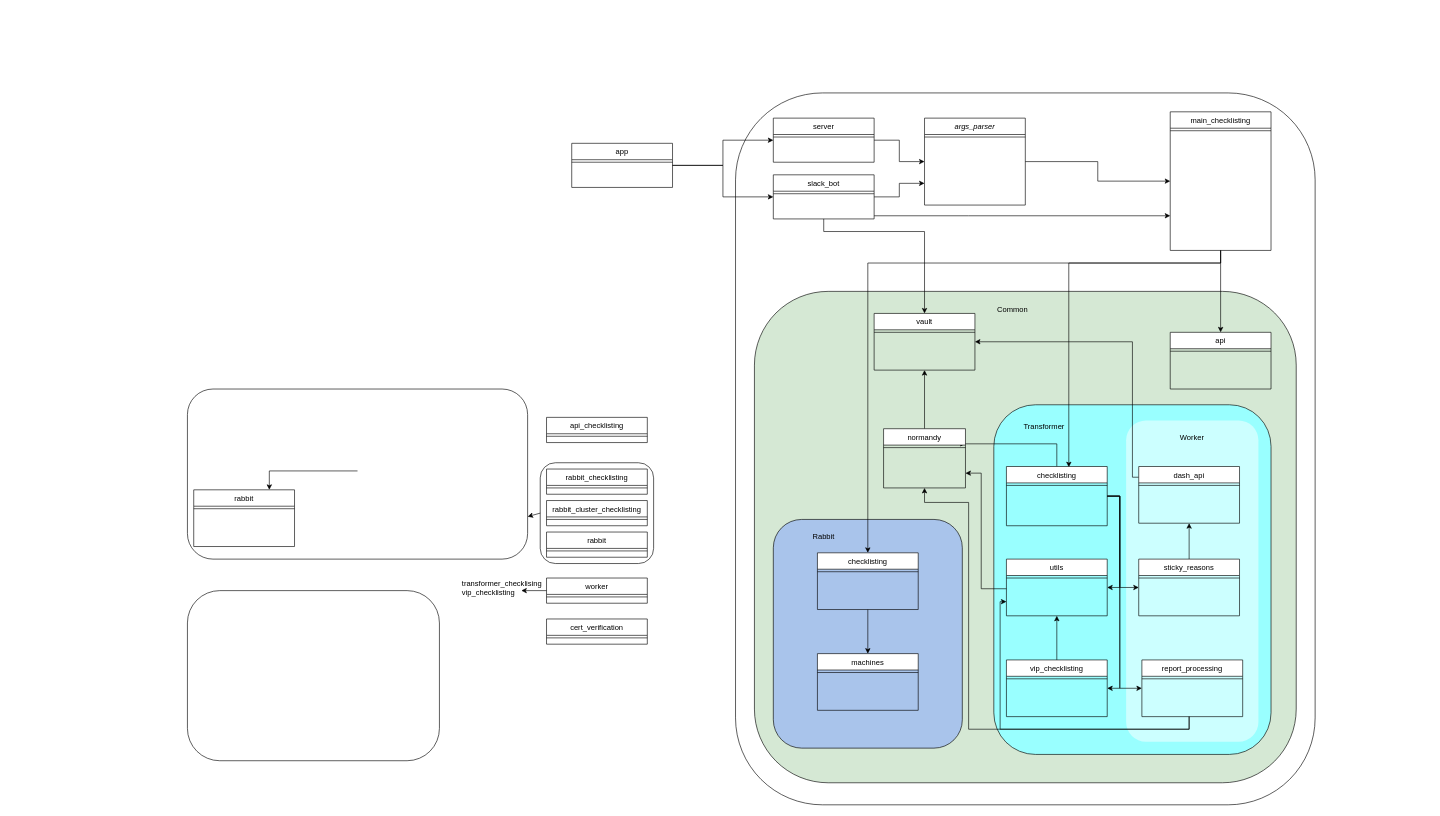
Above: page "Page-2" (2 of 2) of checklisting.drawio in KonSprin/Courses (draw.io), before the change. Source tidied: cells renumbered, new cells numbered last; positions are measured from the earlier drawing's top-left corner, leaving out a move shared by most shapes. Both pictures are drawn from the tidied source at 63%, with x=0, y=0 at pixel (187, 93).
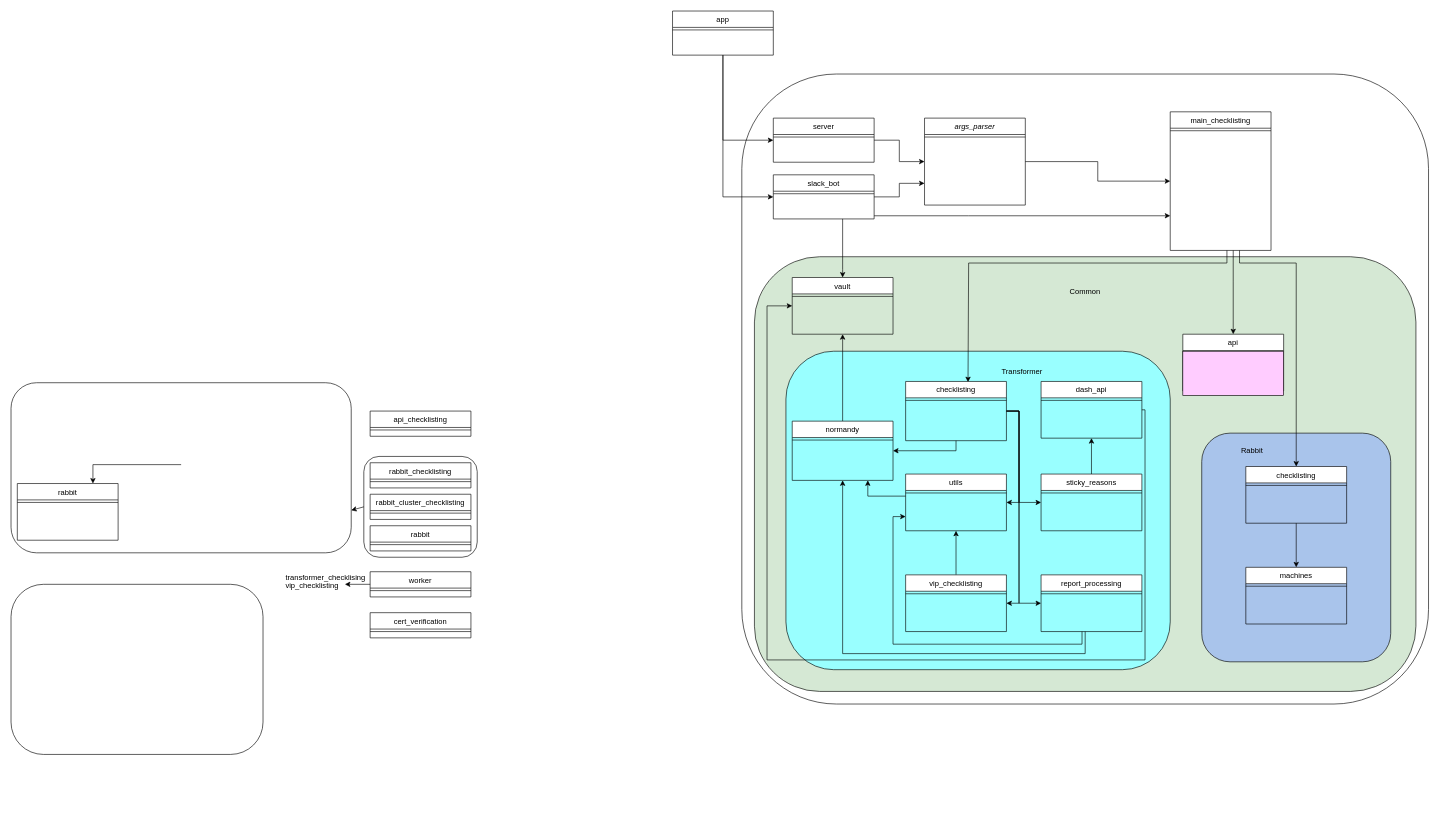
After the change.

The change refers to these unchanged cells:
```xml
<mxCell id="15" value="slack_bot" style="swimlane;fontStyle=0;align=center;verticalAlign=top;horizontal=1;startSize=26;rounded=0;shadow=0;strokeWidth=1;" parent="1" vertex="1">
  <mxGeometry x="930" y="130" width="160" height="70" as="geometry" />
</mxCell>
<mxCell id="20" value="main_checklisting" style="swimlane;fontStyle=0;align=center;verticalAlign=top;horizontal=1;startSize=26;rounded=0;shadow=0;strokeWidth=1;" parent="1" vertex="1">
  <mxGeometry x="1560" y="30" width="160" height="220" as="geometry" />
</mxCell>
```

Diff of the diagram source:
```diff
@@
     <mxCell id="2" style="rounded=1;whiteSpace=wrap;html=1;" parent="1" vertex="1">
-      <mxGeometry x="870" width="920" height="1130" as="geometry" />
+      <mxGeometry x="880" y="-30" width="1090" height="1000" as="geometry" />
     </mxCell>
     <mxCell id="3" style="rounded=1;whiteSpace=wrap;html=1;fillColor=#D5E8D4;" parent="1" vertex="1">
-      <mxGeometry x="900" y="315" width="860" height="780" as="geometry" />
+      <mxGeometry x="900" y="260" width="1050" height="690" as="geometry" />
     </mxCell>
     <mxCell id="4" style="rounded=1;whiteSpace=wrap;html=1;fillColor=#A9C4EB;" parent="1" vertex="1">
-      <mxGeometry x="930" y="677" width="300" height="363" as="geometry" />
+      <mxGeometry x="1610" y="540" width="300" height="363" as="geometry" />
     </mxCell>
     <mxCell id="5" style="rounded=1;whiteSpace=wrap;html=1;fillColor=#99FFFF;" parent="1" vertex="1">
-      <mxGeometry x="1280" y="495" width="440" height="555" as="geometry" />
+      <mxGeometry x="950" y="410" width="610" height="505.5" as="geometry" />
     </mxCell>
-    <mxCell id="6" style="rounded=1;whiteSpace=wrap;html=1;fillColor=#CCFFFF;strokeColor=none;" parent="1" vertex="1">
-      <mxGeometry x="1490" y="520" width="210" height="510" as="geometry" />
-    </mxCell>
     <mxCell id="7" style="rounded=1;whiteSpace=wrap;html=1;" parent="1" vertex="1">
-      <mxGeometry x="560" y="587" width="180" height="160" as="geometry" />
+      <mxGeometry x="280" y="577" width="180" height="160" as="geometry" />
     </mxCell>
     <mxCell id="8" style="rounded=1;whiteSpace=wrap;html=1;" parent="1" vertex="1">
-      <mxGeometry y="470" width="540" height="270" as="geometry" />
+      <mxGeometry x="-280" y="460" width="540" height="270" as="geometry" />
     </mxCell>
@@
     <mxCell id="13" style="edgeStyle=orthogonalEdgeStyle;rounded=0;jettySize=auto;html=1;entryX=0.5;entryY=0;entryDx=0;entryDy=0;" parent="1" edge="1" source="15" target="82">
       <mxGeometry relative="1" as="geometry">
         <Array as="points">
-          <mxPoint x="1010" y="220" />
-          <mxPoint x="1170" y="220" />
+          <mxPoint x="1040" y="280" />
+          <mxPoint x="1040" y="280" />
         </Array>
       </mxGeometry>
     </mxCell>
@@
     <mxCell id="17" style="edgeStyle=orthogonalEdgeStyle;rounded=0;jettySize=auto;html=1;entryX=0.5;entryY=0;entryDx=0;entryDy=0;" parent="1" edge="1" source="20" target="25">
-      <mxGeometry relative="1" as="geometry" />
+      <mxGeometry relative="1" as="geometry">
+        <Array as="points">
+          <mxPoint x="1660" y="300" />
+          <mxPoint x="1660" y="300" />
+        </Array>
+      </mxGeometry>
     </mxCell>
     <mxCell id="18" style="edgeStyle=orthogonalEdgeStyle;rounded=0;jettySize=auto;html=1;entryX=0.619;entryY=0.011;entryDx=0;entryDy=0;entryPerimeter=0;" parent="1" edge="1" source="20" target="35">
       <mxGeometry relative="1" as="geometry">
         <Array as="points">
-          <mxPoint x="1640" y="270" />
-          <mxPoint x="1399" y="270" />
+          <mxPoint x="1650" y="270" />
+          <mxPoint x="1240" y="270" />
+          <mxPoint x="1240" y="459" />
         </Array>
       </mxGeometry>
     </mxCell>
     <mxCell id="19" style="edgeStyle=orthogonalEdgeStyle;rounded=0;jettySize=auto;html=1;entryX=0.5;entryY=0;entryDx=0;entryDy=0;" parent="1" edge="1" source="20" target="23">
       <mxGeometry relative="1" as="geometry">
         <Array as="points">
-          <mxPoint x="1640" y="270" />
-          <mxPoint x="1080" y="270" />
+          <mxPoint x="1670" y="270" />
+          <mxPoint x="1760" y="270" />
         </Array>
       </mxGeometry>
     </mxCell>
@@
     <mxCell id="23" value="checklisting" style="swimlane;fontStyle=0;align=center;verticalAlign=top;horizontal=1;startSize=26;rounded=0;shadow=0;strokeWidth=1;" parent="1" vertex="1">
-      <mxGeometry x="1000" y="730" width="160" height="90" as="geometry" />
+      <mxGeometry x="1680" y="593" width="160" height="90" as="geometry" />
     </mxCell>
@@
     <mxCell id="25" value="api&#10;" style="swimlane;fontStyle=0;align=center;verticalAlign=top;horizontal=1;startSize=26;rounded=0;shadow=0;strokeWidth=1;" parent="1" vertex="1">
-      <mxGeometry x="1560" y="380" width="160" height="90" as="geometry" />
+      <mxGeometry x="1580" y="383" width="160" height="90" as="geometry" />
     </mxCell>
-    <mxCell id="26" style="line;html=1;strokeWidth=1;align=left;verticalAlign=middle;spacingTop=-1;spacingLeft=3;spacingRight=3;labelPosition=right;" parent="25" vertex="1">
-      <mxGeometry y="26" width="160" height="8" as="geometry" />
-    </mxCell>
-    <mxCell id="27" style="edgeStyle=orthogonalEdgeStyle;rounded=0;jettySize=auto;html=1;entryX=1;entryY=0.75;entryDx=0;entryDy=0;" parent="1" edge="1" source="28" target="43">
+    <mxCell id="27" style="edgeStyle=orthogonalEdgeStyle;rounded=0;jettySize=auto;html=1;entryX=0.75;entryY=1;entryDx=0;entryDy=0;" parent="1" edge="1" source="28" target="43">
       <mxGeometry relative="1" as="geometry">
         <Array as="points">
-          <mxPoint x="1260" y="787" />
-          <mxPoint x="1260" y="604" />
+          <mxPoint x="1080" y="640" />
         </Array>
       </mxGeometry>
     </mxCell>
     <mxCell id="28" value="utils" style="swimlane;fontStyle=0;align=center;verticalAlign=top;horizontal=1;startSize=26;rounded=0;shadow=0;strokeWidth=1;" parent="1" vertex="1">
-      <mxGeometry x="1300" y="740" width="160" height="90" as="geometry" />
+      <mxGeometry x="1140" y="605" width="160" height="90" as="geometry" />
     </mxCell>
@@
     <mxCell id="30" style="edgeStyle=orthogonalEdgeStyle;rounded=0;jettySize=auto;html=1;entryX=0;entryY=0.5;entryDx=0;entryDy=0;" parent="1" edge="1" source="35" target="58">
       <mxGeometry relative="1" as="geometry">
         <Array as="points">
-          <mxPoint x="1480" y="640" />
-          <mxPoint x="1480" y="945" />
+          <mxPoint x="1320" y="505" />
+          <mxPoint x="1320" y="810" />
         </Array>
       </mxGeometry>
     </mxCell>
     <mxCell id="31" style="edgeStyle=orthogonalEdgeStyle;rounded=0;jettySize=auto;html=1;entryX=1;entryY=0.5;entryDx=0;entryDy=0;exitX=1;exitY=0.5;exitDx=0;exitDy=0;" parent="1" edge="1" source="35" target="28">
       <mxGeometry relative="1" as="geometry">
         <Array as="points">
-          <mxPoint x="1480" y="640" />
-          <mxPoint x="1480" y="785" />
+          <mxPoint x="1320" y="505" />
+          <mxPoint x="1320" y="650" />
         </Array>
       </mxGeometry>
     </mxCell>
     <mxCell id="32" style="edgeStyle=orthogonalEdgeStyle;rounded=0;jettySize=auto;html=1;entryX=0;entryY=0.5;entryDx=0;entryDy=0;" parent="1" edge="1" source="35" target="61">
       <mxGeometry relative="1" as="geometry">
         <Array as="points">
-          <mxPoint x="1480" y="640" />
-          <mxPoint x="1480" y="785" />
+          <mxPoint x="1320" y="505" />
+          <mxPoint x="1320" y="650" />
         </Array>
       </mxGeometry>
     </mxCell>
+    <mxCell id="34" style="edgeStyle=orthogonalEdgeStyle;rounded=0;jettySize=auto;html=1;entryX=1;entryY=0.5;entryDx=0;entryDy=0;" parent="1" edge="1" source="35" target="46">
+      <mxGeometry relative="1" as="geometry">
+        <Array as="points">
+          <mxPoint x="1320" y="505" />
+          <mxPoint x="1320" y="810" />
+        </Array>
+      </mxGeometry>
+    </mxCell>
-    <mxCell id="33" style="edgeStyle=orthogonalEdgeStyle;rounded=0;jettySize=auto;html=1;entryX=1;entryY=0.25;entryDx=0;entryDy=0;" parent="1" edge="1" source="35" target="43">
+    <mxCell id="33" style="edgeStyle=orthogonalEdgeStyle;rounded=0;jettySize=auto;html=1;entryX=1;entryY=0.5;entryDx=0;entryDy=0;" parent="1" edge="1" source="35" target="43">
       <mxGeometry relative="1" as="geometry">
         <Array as="points">
-          <mxPoint x="1380" y="557" />
-          <mxPoint x="1228" y="557" />
+          <mxPoint x="1220" y="568" />
         </Array>
       </mxGeometry>
     </mxCell>
-    <mxCell id="34" style="edgeStyle=orthogonalEdgeStyle;rounded=0;jettySize=auto;html=1;entryX=1;entryY=0.5;entryDx=0;entryDy=0;" parent="1" edge="1" source="35" target="46">
-      <mxGeometry relative="1" as="geometry">
-        <Array as="points">
-          <mxPoint x="1480" y="640" />
-          <mxPoint x="1480" y="945" />
-        </Array>
-      </mxGeometry>
-    </mxCell>
     <mxCell id="35" value="checklisting" style="swimlane;fontStyle=0;align=center;verticalAlign=top;horizontal=1;startSize=26;rounded=0;shadow=0;strokeWidth=1;" parent="1" vertex="1">
-      <mxGeometry x="1300" y="593" width="160" height="94" as="geometry" />
+      <mxGeometry x="1140" y="458" width="160" height="94" as="geometry" />
     </mxCell>
@@
     <mxCell id="37" value="machines" style="swimlane;fontStyle=0;align=center;verticalAlign=top;horizontal=1;startSize=26;rounded=0;shadow=0;strokeWidth=1;" parent="1" vertex="1">
-      <mxGeometry x="1000" y="890" width="160" height="90" as="geometry" />
+      <mxGeometry x="1680" y="753" width="160" height="90" as="geometry" />
     </mxCell>
@@
     <mxCell id="39" value="rabbit" style="swimlane;fontStyle=0;align=center;verticalAlign=top;horizontal=1;startSize=26;rounded=0;shadow=0;strokeWidth=1;" parent="1" vertex="1">
-      <mxGeometry x="10" y="630" width="160" height="90" as="geometry" />
+      <mxGeometry x="-270" y="620" width="160" height="90" as="geometry" />
     </mxCell>
@@
     <mxCell id="41" style="endArrow=classic;html=1;rounded=0;entryX=0.75;entryY=0;entryDx=0;entryDy=0;" parent="1" edge="1" target="39">
       <mxGeometry relative="1" as="geometry">
-        <mxPoint x="270" y="600" as="sourcePoint" />
+        <mxPoint x="-10" y="590" as="sourcePoint" />
         <Array as="points">
-          <mxPoint x="130" y="600" />
+          <mxPoint x="-150" y="590" />
         </Array>
       </mxGeometry>
     </mxCell>
@@
     <mxCell id="43" value="normandy" style="swimlane;fontStyle=0;align=center;verticalAlign=top;horizontal=1;startSize=26;rounded=0;shadow=0;strokeWidth=1;" parent="1" vertex="1">
-      <mxGeometry x="1105" y="533" width="130" height="94" as="geometry" />
+      <mxGeometry x="960" y="521" width="160" height="94" as="geometry" />
     </mxCell>
     <mxCell id="44" style="line;html=1;strokeWidth=1;align=left;verticalAlign=middle;spacingTop=-1;spacingLeft=3;spacingRight=3;labelPosition=right;" parent="43" vertex="1">
-      <mxGeometry y="26" width="130" height="8" as="geometry" />
+      <mxGeometry y="26" width="160" height="8" as="geometry" />
     </mxCell>
@@
     <mxCell id="46" value="vip_checklisting" style="swimlane;fontStyle=0;align=center;verticalAlign=top;horizontal=1;startSize=26;rounded=0;shadow=0;strokeWidth=1;" parent="1" vertex="1">
-      <mxGeometry x="1300" y="900" width="160" height="90" as="geometry" />
+      <mxGeometry x="1140" y="765" width="160" height="90" as="geometry" />
     </mxCell>
@@
     <mxCell id="50" value="app" style="swimlane;fontStyle=0;align=center;verticalAlign=top;horizontal=1;startSize=26;rounded=0;shadow=0;strokeWidth=1;" parent="1" vertex="1">
-      <mxGeometry x="610" y="80" width="160" height="70" as="geometry" />
+      <mxGeometry x="770" y="-130" width="160" height="70" as="geometry" />
     </mxCell>
@@
     <mxCell id="52" style="rounded=1;whiteSpace=wrap;html=1;arcSize=19;" parent="1" vertex="1">
-      <mxGeometry y="790" width="400" height="270" as="geometry" />
+      <mxGeometry x="-280" y="780" width="400" height="270" as="geometry" />
     </mxCell>
-    <mxCell id="53" style="edgeStyle=orthogonalEdgeStyle;rounded=0;jettySize=auto;html=1;entryX=1;entryY=0.5;entryDx=0;entryDy=0;" parent="1" edge="1" source="54" target="82">
+    <mxCell id="53" style="edgeStyle=orthogonalEdgeStyle;rounded=0;jettySize=auto;html=1;entryX=0;entryY=0.5;entryDx=0;entryDy=0;" parent="1" edge="1" source="54" target="82">
       <mxGeometry relative="1" as="geometry">
         <Array as="points">
-          <mxPoint x="1590" y="610" />
-          <mxPoint x="1500" y="610" />
-          <mxPoint x="1500" y="395" />
+          <mxPoint x="1520" y="503" />
+          <mxPoint x="1520" y="900" />
+          <mxPoint x="920" y="900" />
+          <mxPoint x="920" y="338" />
         </Array>
       </mxGeometry>
     </mxCell>
     <mxCell id="54" value="dash_api" style="swimlane;fontStyle=0;align=center;verticalAlign=top;horizontal=1;startSize=26;rounded=0;shadow=0;strokeWidth=1;" parent="1" vertex="1">
-      <mxGeometry x="1510" y="593" width="160" height="90" as="geometry" />
+      <mxGeometry x="1355" y="458" width="160" height="90" as="geometry" />
     </mxCell>
@@
     <mxCell id="56" style="edgeStyle=orthogonalEdgeStyle;rounded=0;jettySize=auto;html=1;entryX=0.5;entryY=1;entryDx=0;entryDy=0;" parent="1" edge="1" source="58" target="43">
       <mxGeometry relative="1" as="geometry">
         <Array as="points">
-          <mxPoint x="1590" y="1010" />
-          <mxPoint x="1240" y="1010" />
-          <mxPoint x="1240" y="650" />
-          <mxPoint x="1170" y="650" />
+          <mxPoint x="1425" y="890" />
+          <mxPoint x="1040" y="890" />
         </Array>
       </mxGeometry>
     </mxCell>
     <mxCell id="57" style="edgeStyle=orthogonalEdgeStyle;rounded=0;jettySize=auto;html=1;entryX=0;entryY=0.75;entryDx=0;entryDy=0;" parent="1" edge="1" source="58" target="28">
       <mxGeometry relative="1" as="geometry">
         <Array as="points">
-          <mxPoint x="1590" y="1010" />
-          <mxPoint x="1290" y="1010" />
-          <mxPoint x="1290" y="808" />
+          <mxPoint x="1420" y="875" />
+          <mxPoint x="1120" y="875" />
+          <mxPoint x="1120" y="673" />
         </Array>
       </mxGeometry>
     </mxCell>
     <mxCell id="58" value="report_processing" style="swimlane;fontStyle=0;align=center;verticalAlign=top;horizontal=1;startSize=26;rounded=0;shadow=0;strokeWidth=1;" parent="1" vertex="1">
-      <mxGeometry x="1515" y="900" width="160" height="90" as="geometry" />
+      <mxGeometry x="1355" y="765" width="160" height="90" as="geometry" />
     </mxCell>
@@
     <mxCell id="61" value="sticky_reasons" style="swimlane;fontStyle=0;align=center;verticalAlign=top;horizontal=1;startSize=26;rounded=0;shadow=0;strokeWidth=1;" parent="1" vertex="1">
-      <mxGeometry x="1510" y="740" width="160" height="90" as="geometry" />
+      <mxGeometry x="1355" y="605" width="160" height="90" as="geometry" />
     </mxCell>
@@
-    <mxCell id="63" value="Worker" style="text;html=1;strokeColor=none;fillColor=none;align=center;verticalAlign=middle;whiteSpace=wrap;rounded=0;" parent="1" vertex="1">
-      <mxGeometry x="1565" y="533" width="60" height="30" as="geometry" />
-    </mxCell>
     <mxCell id="64" value="api_checklisting" style="swimlane;fontStyle=0;align=center;verticalAlign=top;horizontal=1;startSize=26;rounded=0;shadow=0;strokeWidth=1;" parent="1" vertex="1">
-      <mxGeometry x="570" y="515" width="160" height="40" as="geometry" />
+      <mxGeometry x="290" y="505" width="160" height="40" as="geometry" />
     </mxCell>
@@
     <mxCell id="66" value="rabbit_checklisting" style="swimlane;fontStyle=0;align=center;verticalAlign=top;horizontal=1;startSize=26;rounded=0;shadow=0;strokeWidth=1;" parent="1" vertex="1">
-      <mxGeometry x="570" y="597" width="160" height="40" as="geometry" />
+      <mxGeometry x="290" y="587" width="160" height="40" as="geometry" />
     </mxCell>
@@
     <mxCell id="68" value="rabbit" style="swimlane;fontStyle=0;align=center;verticalAlign=top;horizontal=1;startSize=26;rounded=0;shadow=0;strokeWidth=1;" parent="1" vertex="1">
-      <mxGeometry x="570" y="697" width="160" height="40" as="geometry" />
+      <mxGeometry x="290" y="687" width="160" height="40" as="geometry" />
     </mxCell>
@@
     <mxCell id="70" value="rabbit_cluster_checklisting" style="swimlane;fontStyle=0;align=center;verticalAlign=top;horizontal=1;startSize=26;rounded=0;shadow=0;strokeWidth=1;" parent="1" vertex="1">
-      <mxGeometry x="570" y="647" width="160" height="40" as="geometry" />
+      <mxGeometry x="290" y="637" width="160" height="40" as="geometry" />
     </mxCell>
@@
     <mxCell id="73" value="worker" style="swimlane;fontStyle=0;align=center;verticalAlign=top;horizontal=1;startSize=26;rounded=0;shadow=0;strokeWidth=1;" parent="1" vertex="1">
-      <mxGeometry x="570" y="770" width="160" height="40" as="geometry" />
+      <mxGeometry x="290" y="760" width="160" height="40" as="geometry" />
     </mxCell>
@@
     <mxCell id="75" style="endArrow=classic;html=1;rounded=0;exitX=0;exitY=0.5;exitDx=0;exitDy=0;" parent="1" edge="1" source="73">
       <mxGeometry relative="1" as="geometry">
-        <mxPoint x="530" y="790" as="targetPoint" />
+        <mxPoint x="250" y="780" as="targetPoint" />
       </mxGeometry>
     </mxCell>
     <mxCell id="76" value="transformer_checklising&#10;vip_checklisting" style="text;strokeColor=none;fillColor=none;align=left;verticalAlign=middle;spacingLeft=4;spacingRight=4;overflow=hidden;" parent="1" vertex="1">
-      <mxGeometry x="430" y="770" width="140" height="30" as="geometry" />
+      <mxGeometry x="150" y="760" width="140" height="30" as="geometry" />
     </mxCell>
     <mxCell id="77" value="cert_verification" style="swimlane;fontStyle=0;align=center;verticalAlign=top;horizontal=1;startSize=26;rounded=0;shadow=0;strokeWidth=1;" parent="1" vertex="1">
-      <mxGeometry x="570" y="835" width="160" height="40" as="geometry" />
+      <mxGeometry x="290" y="825" width="160" height="40" as="geometry" />
     </mxCell>
@@
     <mxCell id="82" value="vault" style="swimlane;fontStyle=0;align=center;verticalAlign=top;horizontal=1;startSize=26;rounded=0;shadow=0;strokeWidth=1;" parent="1" vertex="1">
-      <mxGeometry x="1090" y="350" width="160" height="90" as="geometry" />
+      <mxGeometry x="960" y="293" width="160" height="90" as="geometry" />
     </mxCell>
@@
     <mxCell id="84" value="Common" style="text;html=1;strokeColor=none;fillColor=none;align=center;verticalAlign=middle;whiteSpace=wrap;rounded=0;" parent="1" vertex="1">
-      <mxGeometry x="1280" y="330" width="60" height="30" as="geometry" />
+      <mxGeometry x="1395" y="300" width="60" height="30" as="geometry" />
     </mxCell>
     <mxCell id="85" value="Rabbit" style="text;html=1;strokeColor=none;fillColor=none;align=center;verticalAlign=middle;whiteSpace=wrap;rounded=0;" parent="1" vertex="1">
-      <mxGeometry x="980" y="690" width="60" height="30" as="geometry" />
+      <mxGeometry x="1660" y="553" width="60" height="30" as="geometry" />
     </mxCell>
     <mxCell id="86" value="Transformer" style="text;html=1;strokeColor=none;fillColor=none;align=center;verticalAlign=middle;whiteSpace=wrap;rounded=0;" parent="1" vertex="1">
-      <mxGeometry x="1330" y="515" width="60" height="30" as="geometry" />
+      <mxGeometry x="1295" y="428" width="60" height="30" as="geometry" />
     </mxCell>
+    <mxCell id="87" style="rounded=0;whiteSpace=wrap;html=1;strokeColor=#000000;fillColor=#FFCCFF;" parent="1" vertex="1">
+      <mxGeometry x="1580" y="410" width="160" height="70" as="geometry" />
+    </mxCell>
```
